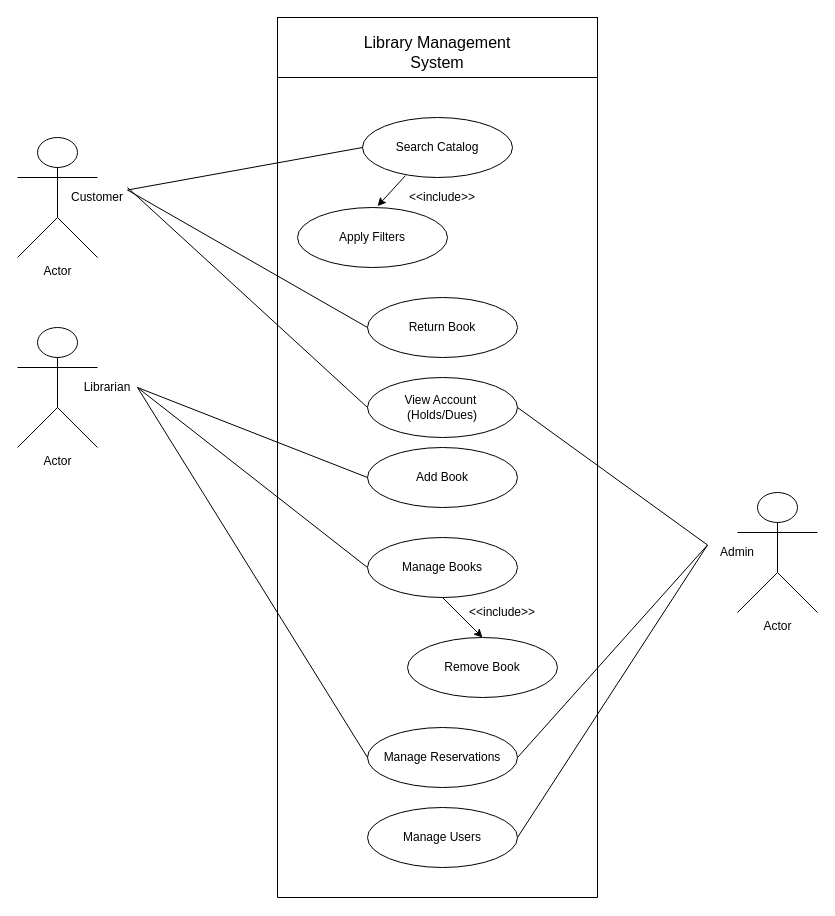
This is usecase_library.drawio from mdarslan7/sepm_lab_diagrams, a draw.io file, before an edit. Source tidied: cells renumbered, new cells numbered last; positions are measured from the earlier drawing's top-left corner, leaving out a move shared by most shapes. Both pictures are drawn from the tidied source at 100%, with x=0, y=0 at pixel (17, 17).
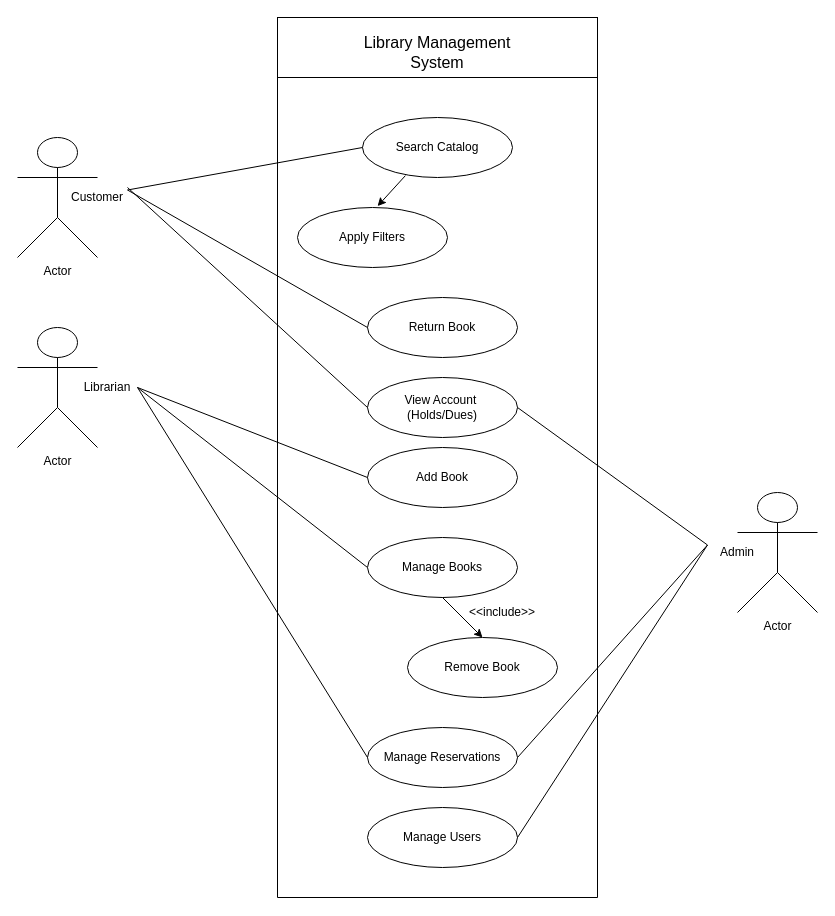
Above is the later version.

The edit, as a diff of the source:
```diff
@@
-    <mxCell id="19" value="&amp;lt;&amp;lt;include&amp;gt;&amp;gt;" style="text;html=1;align=center;verticalAlign=middle;whiteSpace=wrap;rounded=0;" parent="1" vertex="1">
-      <mxGeometry x="395" y="165" width="60" height="30" as="geometry" />
-    </mxCell>
```
